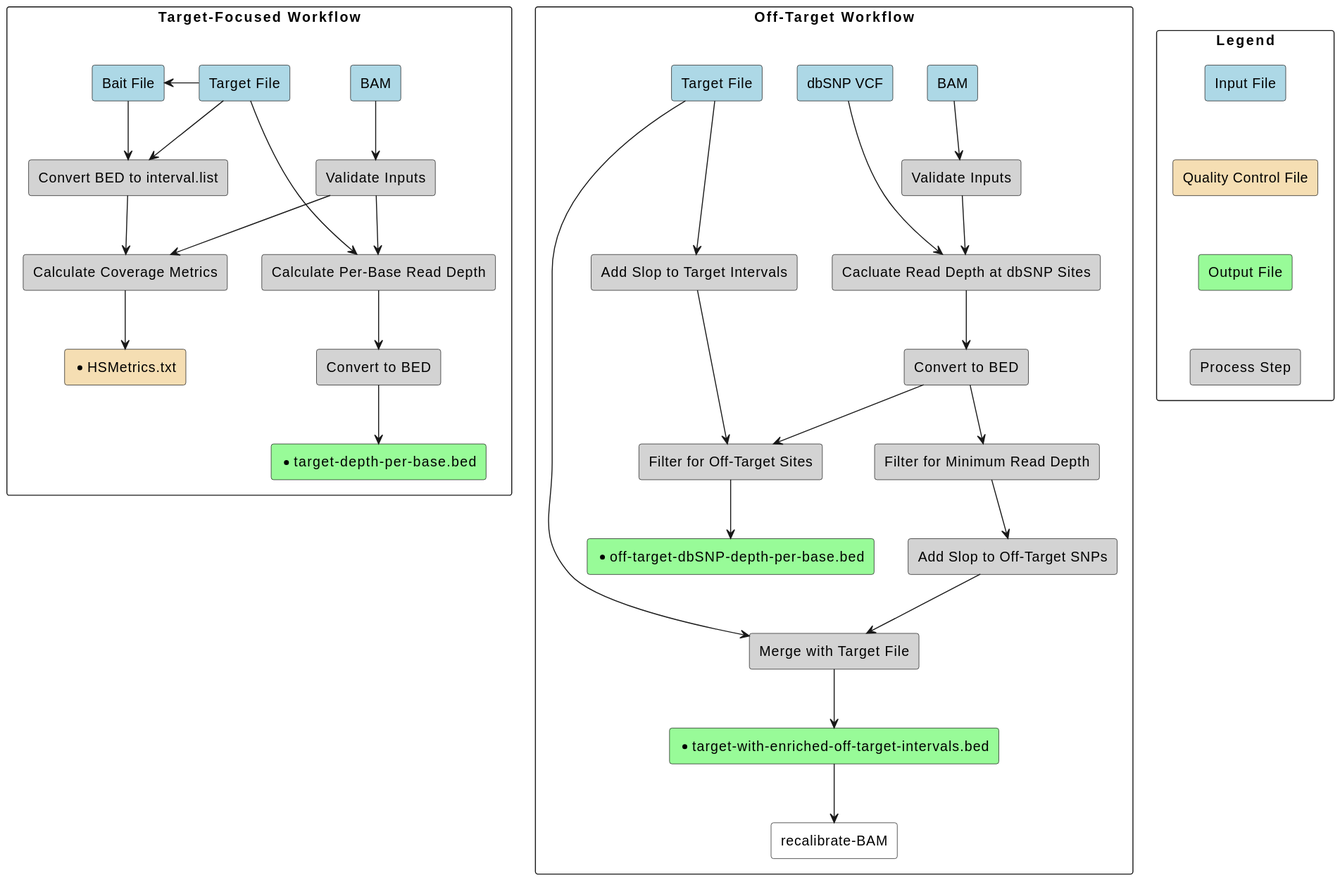
Above: docs/calculate-targeted-coverage-flow.svg in uclahs-cds/pipeline-calculate-targeted-coverage (PlantUML), before the change.
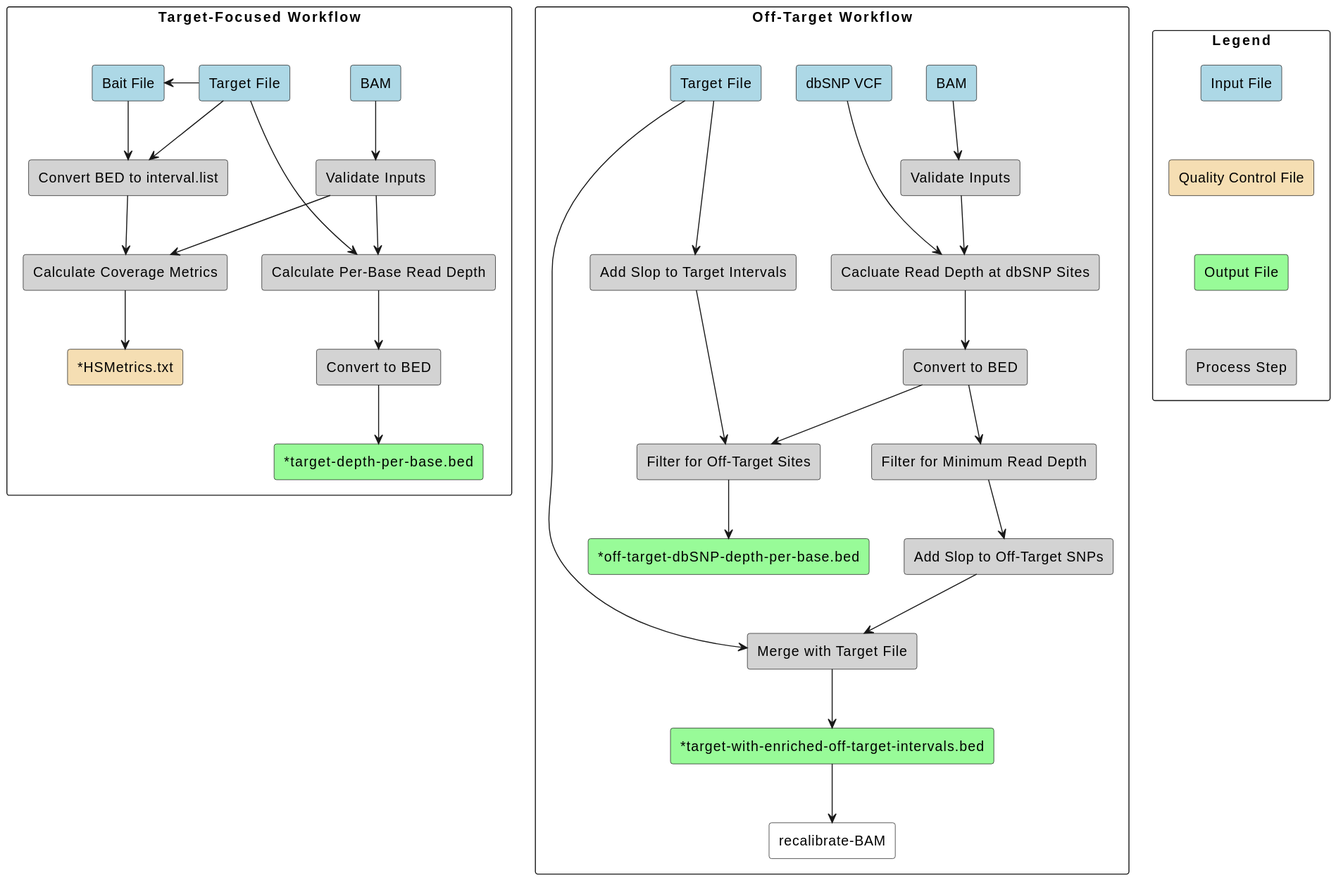
After the commit.

The edit, as a diff of the source:
```diff
@@ -21,8 +21,8 @@
     rectangle "Convert BED to interval.list" as ConvBEDtoIntervalList <<ProcessStep>>
     rectangle "Convert to BED" as ConvtoBED1 <<ProcessStep>>
     rectangle "Calculate Coverage Metrics" as CalcCovMetrics <<ProcessStep>>
-    rectangle "*target-depth-per-base.bed" as TargetReadDepthBED <<OutputFile>>
-    rectangle "*HSMetrics.txt" as HSMetrics <<QCFile>>
+    rectangle "~*target-depth-per-base.bed" as TargetReadDepthBED <<OutputFile>>
+    rectangle "~*HSMetrics.txt" as HSMetrics <<QCFile>>
 }
 
 
@@ -41,8 +41,8 @@
     rectangle "Merge with Target File" as MergeWithTarget <<ProcessStep>>
     rectangle "Add Slop to Target Intervals" as AddSlopTarget <<ProcessStep>>
 
-    rectangle "*target-with-enriched-off-target-intervals.bed" as TargetPlusOffTargetReadDepthBED <<OutputFile>>
-    rectangle "*off-target-dbSNP-depth-per-base.bed" as OffTargetReadDepth <<OutputFile>>
+    rectangle "~*target-with-enriched-off-target-intervals.bed" as TargetPlusOffTargetReadDepthBED <<OutputFile>>
+    rectangle "~*off-target-dbSNP-depth-per-base.bed" as OffTargetReadDepth <<OutputFile>>
 
     rectangle "recalibrate-BAM" as RecalBAM #White
 }
```
